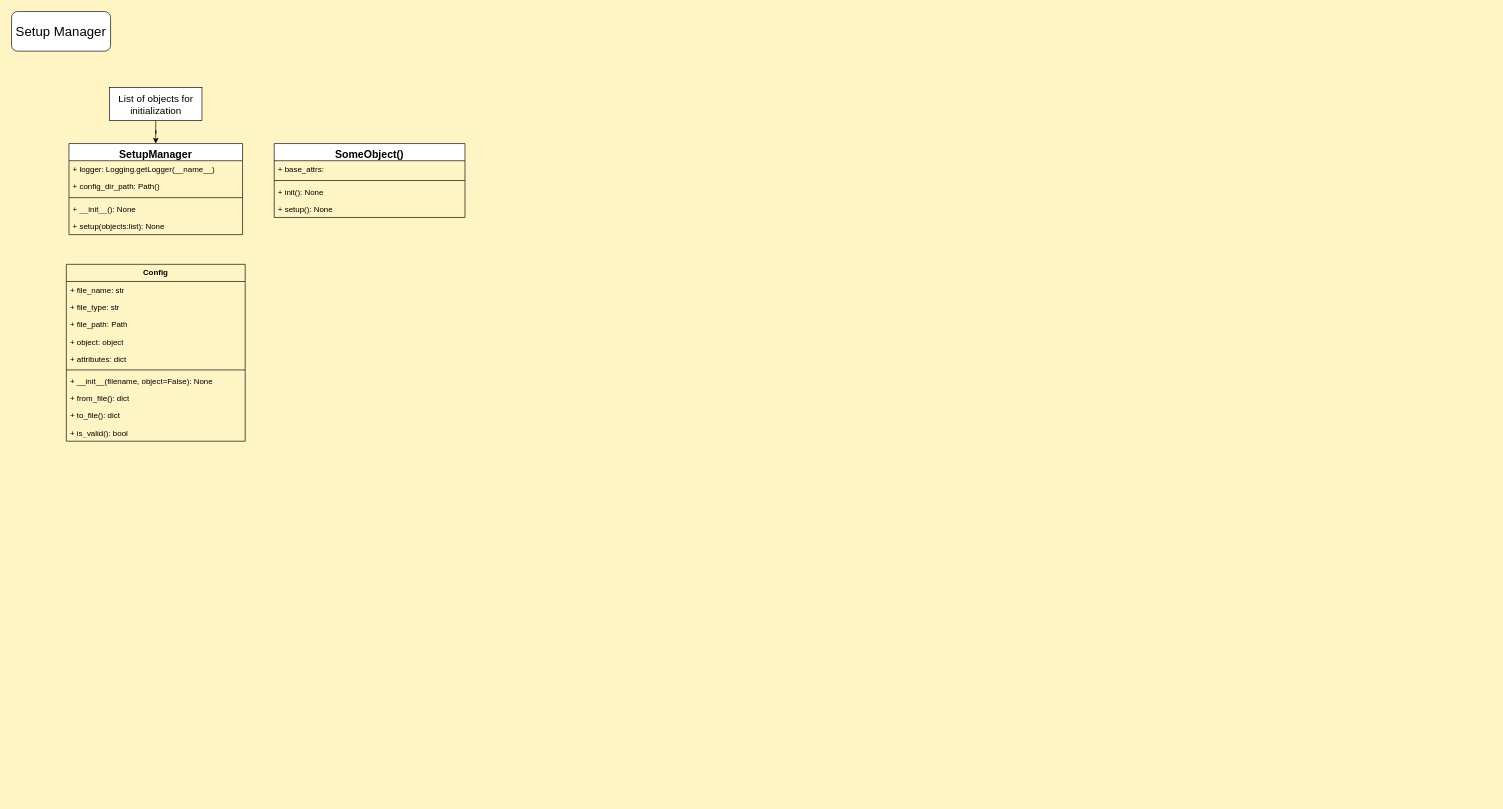
This is docs/diagrams/SetupManager/SetupManager.drawio from fatrybl/ModuSLAM, a draw.io file, before an edit. Source tidied: cells renumbered, new cells numbered last; positions are measured from the earlier drawing's top-left corner, leaving out a move shared by most shapes. Both pictures are drawn from the tidied source at 66%, with x=0, y=0 at pixel (11, 11).
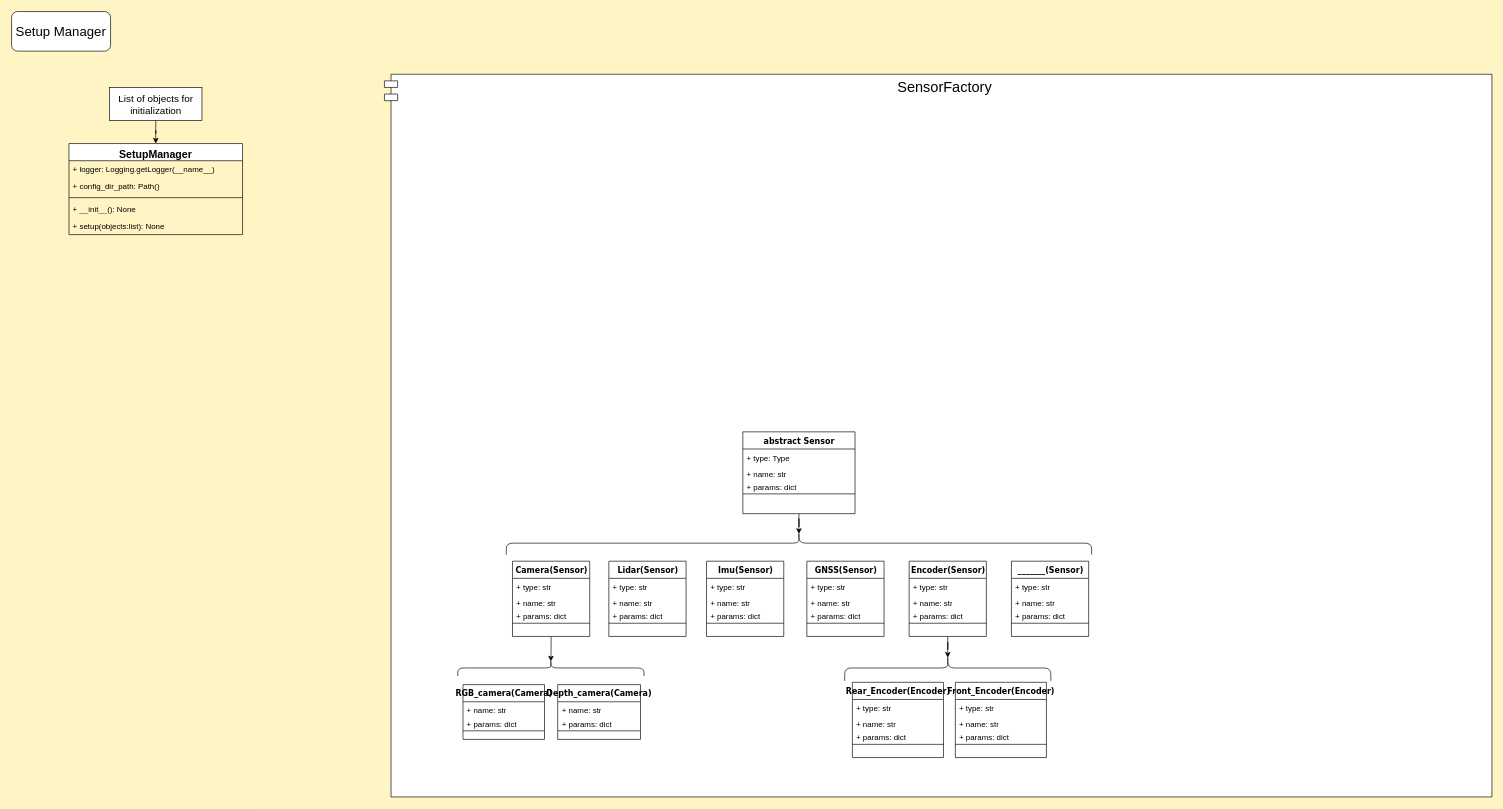
The same page after the edit.

What changed in the source:
```diff
@@
+    <mxCell id="27" value="&lt;font style=&quot;font-size: 22px;&quot;&gt;SensorFactory&lt;/font&gt;" style="shape=module;align=left;spacingLeft=20;align=center;verticalAlign=top;whiteSpace=wrap;html=1;" parent="1" vertex="1">
+      <mxGeometry x="565" y="95" width="1678" height="1095" as="geometry" />
+    </mxCell>
@@
-    <mxCell id="3" value="&lt;b&gt;Config&lt;/b&gt;" style="swimlane;fontStyle=0;horizontal=1;startSize=26;fillColor=none;whiteSpace=wrap;html=1;" parent="1" vertex="1">
-      <mxGeometry x="83" y="383" width="271" height="268" as="geometry" />
-    </mxCell>
-    <mxCell id="4" value="+ file_name: str" style="text;strokeColor=none;fillColor=none;align=left;verticalAlign=top;spacingLeft=4;spacingRight=4;overflow=hidden;whiteSpace=wrap;html=1;" parent="3" vertex="1">
-      <mxGeometry y="26" width="271" height="26" as="geometry" />
-    </mxCell>
-    <mxCell id="5" value="+ file_type: str" style="text;strokeColor=none;fillColor=none;align=left;verticalAlign=top;spacingLeft=4;spacingRight=4;overflow=hidden;whiteSpace=wrap;html=1;" parent="3" vertex="1">
-      <mxGeometry y="52" width="271" height="26" as="geometry" />
-    </mxCell>
-    <mxCell id="6" value="+ file_path: Path" style="text;strokeColor=none;fillColor=none;align=left;verticalAlign=top;spacingLeft=4;spacingRight=4;overflow=hidden;whiteSpace=wrap;html=1;" parent="3" vertex="1">
-      <mxGeometry y="78" width="271" height="26" as="geometry" />
-    </mxCell>
-    <mxCell id="7" value="+ object: object" style="text;strokeColor=none;fillColor=none;align=left;verticalAlign=top;spacingLeft=4;spacingRight=4;overflow=hidden;whiteSpace=wrap;html=1;" parent="3" vertex="1">
-      <mxGeometry y="104" width="271" height="26" as="geometry" />
-    </mxCell>
-    <mxCell id="8" value="+ attributes: dict" style="text;strokeColor=none;fillColor=none;align=left;verticalAlign=top;spacingLeft=4;spacingRight=4;overflow=hidden;whiteSpace=wrap;html=1;" parent="3" vertex="1">
-      <mxGeometry y="130" width="271" height="26" as="geometry" />
-    </mxCell>
-    <mxCell id="9" style="line;strokeWidth=1;fillColor=none;align=left;verticalAlign=middle;spacingTop=-1;spacingLeft=3;spacingRight=3;labelPosition=right;strokeColor=inherit;" parent="3" vertex="1">
-      <mxGeometry y="156" width="271" height="8" as="geometry" />
-    </mxCell>
-    <mxCell id="10" value="+ __init__(filename, object=False): None" style="text;strokeColor=none;fillColor=none;align=left;verticalAlign=top;spacingLeft=4;spacingRight=4;overflow=hidden;whiteSpace=wrap;html=1;" parent="3" vertex="1">
-      <mxGeometry y="164" width="271" height="26" as="geometry" />
-    </mxCell>
-    <mxCell id="11" value="+ from_file(): dict" style="text;strokeColor=none;fillColor=none;align=left;verticalAlign=top;spacingLeft=4;spacingRight=4;overflow=hidden;whiteSpace=wrap;html=1;" parent="3" vertex="1">
-      <mxGeometry y="190" width="271" height="26" as="geometry" />
-    </mxCell>
-    <mxCell id="12" value="+ to_file(): dict" style="text;strokeColor=none;fillColor=none;align=left;verticalAlign=top;spacingLeft=4;spacingRight=4;overflow=hidden;whiteSpace=wrap;html=1;" parent="3" vertex="1">
-      <mxGeometry y="216" width="271" height="26" as="geometry" />
-    </mxCell>
-    <mxCell id="13" value="+ is_valid(): bool" style="text;strokeColor=none;fillColor=none;align=left;verticalAlign=top;spacingLeft=4;spacingRight=4;overflow=hidden;whiteSpace=wrap;html=1;" parent="3" vertex="1">
-      <mxGeometry y="242" width="271" height="26" as="geometry" />
-    </mxCell>
@@
-    <mxCell id="22" value="&lt;font style=&quot;font-size: 16px;&quot;&gt;SomeObject()&lt;/font&gt;" style="swimlane;fontStyle=1;align=center;verticalAlign=top;horizontal=1;startSize=26;whiteSpace=wrap;html=1;" parent="1" vertex="1">
-      <mxGeometry x="398" y="200" width="289" height="112" as="geometry" />
-    </mxCell>
-    <mxCell id="23" value="+ base_attrs:&lt;br&gt;" style="text;strokeColor=none;fillColor=none;align=left;verticalAlign=top;spacingLeft=4;spacingRight=4;overflow=hidden;whiteSpace=wrap;html=1;" parent="22" vertex="1">
-      <mxGeometry y="26" width="289" height="26" as="geometry" />
-    </mxCell>
-    <mxCell id="24" style="line;strokeWidth=1;fillColor=none;align=left;verticalAlign=middle;spacingTop=-1;spacingLeft=3;spacingRight=3;labelPosition=right;strokeColor=inherit;" parent="22" vertex="1">
-      <mxGeometry y="52" width="289" height="8" as="geometry" />
-    </mxCell>
-    <mxCell id="25" value="+ init(): None" style="text;strokeColor=none;fillColor=none;align=left;verticalAlign=top;spacingLeft=4;spacingRight=4;overflow=hidden;whiteSpace=wrap;html=1;" parent="22" vertex="1">
-      <mxGeometry y="60" width="289" height="26" as="geometry" />
-    </mxCell>
-    <mxCell id="26" value="+ setup(): None" style="text;strokeColor=none;fillColor=none;align=left;verticalAlign=top;spacingLeft=4;spacingRight=4;overflow=hidden;whiteSpace=wrap;html=1;" parent="22" vertex="1">
-      <mxGeometry y="86" width="289" height="26" as="geometry" />
-    </mxCell>
+    <mxCell id="28" style="edgeStyle=orthogonalEdgeStyle;rounded=0;jettySize=auto;html=1;entryX=0.1;entryY=0.5;entryDx=0;entryDy=0;entryPerimeter=0;" parent="1" edge="1" source="29" target="61">
+      <mxGeometry relative="1" as="geometry" />
+    </mxCell>
+    <mxCell id="29" value="abstract Sensor" style="swimlane;html=1;fontStyle=1;align=center;verticalAlign=top;horizontal=1;startSize=26;swimlaneFillColor=#ffffff;rounded=0;shadow=0;comic=0;labelBackgroundColor=none;strokeWidth=1;fillColor=none;fontFamily=Verdana;fontSize=12;" parent="1" vertex="1">
+      <mxGeometry x="1108" y="636.8" width="170" height="124" as="geometry" />
+    </mxCell>
+    <mxCell id="30" value="+ type: Type" style="text;html=1;strokeColor=none;fillColor=none;align=left;verticalAlign=top;spacingLeft=4;spacingRight=4;whiteSpace=wrap;overflow=hidden;" parent="29" vertex="1">
+      <mxGeometry y="26" width="170" height="24" as="geometry" />
+    </mxCell>
+    <mxCell id="31" value="+ name: str" style="text;html=1;strokeColor=none;fillColor=none;align=left;verticalAlign=top;spacingLeft=4;spacingRight=4;whiteSpace=wrap;overflow=hidden;" parent="29" vertex="1">
+      <mxGeometry y="50" width="170" height="20" as="geometry" />
+    </mxCell>
+    <mxCell id="32" value="+ params: dict" style="text;html=1;strokeColor=none;fillColor=none;align=left;verticalAlign=top;spacingLeft=4;spacingRight=4;whiteSpace=wrap;overflow=hidden;" parent="29" vertex="1">
+      <mxGeometry y="70" width="170" height="20" as="geometry" />
+    </mxCell>
+    <mxCell id="33" style="line;html=1;strokeWidth=1;fillColor=none;align=left;verticalAlign=middle;spacingTop=-1;spacingLeft=3;spacingRight=3;labelPosition=right;" parent="29" vertex="1">
+      <mxGeometry y="90" width="170" height="8" as="geometry" />
+    </mxCell>
+    <mxCell id="34" style="edgeStyle=orthogonalEdgeStyle;rounded=0;jettySize=auto;html=1;entryX=0.1;entryY=0.5;entryDx=0;entryDy=0;entryPerimeter=0;" parent="1" edge="1" source="35" target="75">
+      <mxGeometry relative="1" as="geometry" />
+    </mxCell>
+    <mxCell id="35" value="Camera(Sensor)" style="swimlane;html=1;fontStyle=1;align=center;verticalAlign=top;horizontal=1;startSize=26;swimlaneFillColor=#ffffff;rounded=0;shadow=0;comic=0;labelBackgroundColor=none;strokeWidth=1;fillColor=none;fontFamily=Verdana;fontSize=12;" parent="1" vertex="1">
+      <mxGeometry x="759" y="832.8" width="117" height="114" as="geometry" />
+    </mxCell>
+    <mxCell id="36" value="+ type: str" style="text;html=1;strokeColor=none;fillColor=none;align=left;verticalAlign=top;spacingLeft=4;spacingRight=4;whiteSpace=wrap;overflow=hidden;" parent="35" vertex="1">
+      <mxGeometry y="26" width="117" height="24" as="geometry" />
+    </mxCell>
+    <mxCell id="37" value="+ name: str" style="text;html=1;strokeColor=none;fillColor=none;align=left;verticalAlign=top;spacingLeft=4;spacingRight=4;whiteSpace=wrap;overflow=hidden;" parent="35" vertex="1">
+      <mxGeometry y="50" width="117" height="20" as="geometry" />
+    </mxCell>
+    <mxCell id="38" value="+ params: dict" style="text;html=1;strokeColor=none;fillColor=none;align=left;verticalAlign=top;spacingLeft=4;spacingRight=4;whiteSpace=wrap;overflow=hidden;" parent="35" vertex="1">
+      <mxGeometry y="70" width="117" height="20" as="geometry" />
+    </mxCell>
+    <mxCell id="39" style="line;html=1;strokeWidth=1;fillColor=none;align=left;verticalAlign=middle;spacingTop=-1;spacingLeft=3;spacingRight=3;labelPosition=right;" parent="35" vertex="1">
+      <mxGeometry y="90" width="117" height="8" as="geometry" />
+    </mxCell>
+    <mxCell id="40" value="Lidar(Sensor)" style="swimlane;html=1;fontStyle=1;align=center;verticalAlign=top;horizontal=1;startSize=26;swimlaneFillColor=#ffffff;rounded=0;shadow=0;comic=0;labelBackgroundColor=none;strokeWidth=1;fillColor=none;fontFamily=Verdana;fontSize=12;" parent="1" vertex="1">
+      <mxGeometry x="905" y="832.8" width="117" height="114" as="geometry" />
+    </mxCell>
+    <mxCell id="41" value="+ type: str" style="text;html=1;strokeColor=none;fillColor=none;align=left;verticalAlign=top;spacingLeft=4;spacingRight=4;whiteSpace=wrap;overflow=hidden;" parent="40" vertex="1">
+      <mxGeometry y="26" width="117" height="24" as="geometry" />
+    </mxCell>
+    <mxCell id="42" value="+ name: str" style="text;html=1;strokeColor=none;fillColor=none;align=left;verticalAlign=top;spacingLeft=4;spacingRight=4;whiteSpace=wrap;overflow=hidden;" parent="40" vertex="1">
+      <mxGeometry y="50" width="117" height="20" as="geometry" />
+    </mxCell>
+    <mxCell id="43" value="+ params: dict" style="text;html=1;strokeColor=none;fillColor=none;align=left;verticalAlign=top;spacingLeft=4;spacingRight=4;whiteSpace=wrap;overflow=hidden;" parent="40" vertex="1">
+      <mxGeometry y="70" width="117" height="20" as="geometry" />
+    </mxCell>
+    <mxCell id="44" style="line;html=1;strokeWidth=1;fillColor=none;align=left;verticalAlign=middle;spacingTop=-1;spacingLeft=3;spacingRight=3;labelPosition=right;" parent="40" vertex="1">
+      <mxGeometry y="90" width="117" height="8" as="geometry" />
+    </mxCell>
+    <mxCell id="45" value="Imu(Sensor)" style="swimlane;html=1;fontStyle=1;align=center;verticalAlign=top;horizontal=1;startSize=26;swimlaneFillColor=#ffffff;rounded=0;shadow=0;comic=0;labelBackgroundColor=none;strokeWidth=1;fillColor=none;fontFamily=Verdana;fontSize=12;" parent="1" vertex="1">
+      <mxGeometry x="1053" y="832.8" width="117" height="114" as="geometry" />
+    </mxCell>
+    <mxCell id="46" value="+ type: str" style="text;html=1;strokeColor=none;fillColor=none;align=left;verticalAlign=top;spacingLeft=4;spacingRight=4;whiteSpace=wrap;overflow=hidden;" parent="45" vertex="1">
+      <mxGeometry y="26" width="117" height="24" as="geometry" />
+    </mxCell>
+    <mxCell id="47" value="+ name: str" style="text;html=1;strokeColor=none;fillColor=none;align=left;verticalAlign=top;spacingLeft=4;spacingRight=4;whiteSpace=wrap;overflow=hidden;" parent="45" vertex="1">
+      <mxGeometry y="50" width="117" height="20" as="geometry" />
+    </mxCell>
+    <mxCell id="48" value="+ params: dict" style="text;html=1;strokeColor=none;fillColor=none;align=left;verticalAlign=top;spacingLeft=4;spacingRight=4;whiteSpace=wrap;overflow=hidden;" parent="45" vertex="1">
+      <mxGeometry y="70" width="117" height="20" as="geometry" />
+    </mxCell>
+    <mxCell id="49" style="line;html=1;strokeWidth=1;fillColor=none;align=left;verticalAlign=middle;spacingTop=-1;spacingLeft=3;spacingRight=3;labelPosition=right;" parent="45" vertex="1">
+      <mxGeometry y="90" width="117" height="8" as="geometry" />
+    </mxCell>
+    <mxCell id="50" value="GNSS(Sensor)" style="swimlane;html=1;fontStyle=1;align=center;verticalAlign=top;horizontal=1;startSize=26;swimlaneFillColor=#ffffff;rounded=0;shadow=0;comic=0;labelBackgroundColor=none;strokeWidth=1;fillColor=none;fontFamily=Verdana;fontSize=12;" parent="1" vertex="1">
+      <mxGeometry x="1205" y="832.8" width="117" height="114" as="geometry" />
+    </mxCell>
+    <mxCell id="51" value="+ type: str" style="text;html=1;strokeColor=none;fillColor=none;align=left;verticalAlign=top;spacingLeft=4;spacingRight=4;whiteSpace=wrap;overflow=hidden;" parent="50" vertex="1">
+      <mxGeometry y="26" width="117" height="24" as="geometry" />
+    </mxCell>
+    <mxCell id="52" value="+ name: str" style="text;html=1;strokeColor=none;fillColor=none;align=left;verticalAlign=top;spacingLeft=4;spacingRight=4;whiteSpace=wrap;overflow=hidden;" parent="50" vertex="1">
+      <mxGeometry y="50" width="117" height="20" as="geometry" />
+    </mxCell>
+    <mxCell id="53" value="+ params: dict" style="text;html=1;strokeColor=none;fillColor=none;align=left;verticalAlign=top;spacingLeft=4;spacingRight=4;whiteSpace=wrap;overflow=hidden;" parent="50" vertex="1">
+      <mxGeometry y="70" width="117" height="20" as="geometry" />
+    </mxCell>
+    <mxCell id="54" style="line;html=1;strokeWidth=1;fillColor=none;align=left;verticalAlign=middle;spacingTop=-1;spacingLeft=3;spacingRight=3;labelPosition=right;" parent="50" vertex="1">
+      <mxGeometry y="90" width="117" height="8" as="geometry" />
+    </mxCell>
+    <mxCell id="55" style="edgeStyle=orthogonalEdgeStyle;rounded=0;jettySize=auto;html=1;entryX=0.1;entryY=0.5;entryDx=0;entryDy=0;entryPerimeter=0;" parent="1" edge="1" source="56" target="86">
+      <mxGeometry relative="1" as="geometry" />
+    </mxCell>
+    <mxCell id="56" value="Encoder(Sensor)" style="swimlane;html=1;fontStyle=1;align=center;verticalAlign=top;horizontal=1;startSize=26;swimlaneFillColor=#ffffff;rounded=0;shadow=0;comic=0;labelBackgroundColor=none;strokeWidth=1;fillColor=none;fontFamily=Verdana;fontSize=12;" parent="1" vertex="1">
+      <mxGeometry x="1360" y="832.8" width="117" height="114" as="geometry" />
+    </mxCell>
+    <mxCell id="57" value="+ type: str" style="text;html=1;strokeColor=none;fillColor=none;align=left;verticalAlign=top;spacingLeft=4;spacingRight=4;whiteSpace=wrap;overflow=hidden;" parent="56" vertex="1">
+      <mxGeometry y="26" width="117" height="24" as="geometry" />
+    </mxCell>
+    <mxCell id="58" value="+ name: str" style="text;html=1;strokeColor=none;fillColor=none;align=left;verticalAlign=top;spacingLeft=4;spacingRight=4;whiteSpace=wrap;overflow=hidden;" parent="56" vertex="1">
+      <mxGeometry y="50" width="117" height="20" as="geometry" />
+    </mxCell>
+    <mxCell id="59" value="+ params: dict" style="text;html=1;strokeColor=none;fillColor=none;align=left;verticalAlign=top;spacingLeft=4;spacingRight=4;whiteSpace=wrap;overflow=hidden;" parent="56" vertex="1">
+      <mxGeometry y="70" width="117" height="20" as="geometry" />
+    </mxCell>
+    <mxCell id="60" style="line;html=1;strokeWidth=1;fillColor=none;align=left;verticalAlign=middle;spacingTop=-1;spacingLeft=3;spacingRight=3;labelPosition=right;" parent="56" vertex="1">
+      <mxGeometry y="90" width="117" height="8" as="geometry" />
+    </mxCell>
+    <mxCell id="61" style="shape=curlyBracket;whiteSpace=wrap;html=1;rounded=1;labelPosition=left;verticalLabelPosition=middle;align=right;verticalAlign=middle;rotation=90;" parent="1" vertex="1">
+      <mxGeometry x="1175.6" y="362" width="34.8" height="886.9" as="geometry" />
+    </mxCell>
+    <mxCell id="62" value="_______(Sensor)" style="swimlane;html=1;fontStyle=1;align=center;verticalAlign=top;horizontal=1;startSize=26;swimlaneFillColor=#ffffff;rounded=0;shadow=0;comic=0;labelBackgroundColor=none;strokeWidth=1;fillColor=none;fontFamily=Verdana;fontSize=12;" parent="1" vertex="1">
+      <mxGeometry x="1515" y="832.8" width="117" height="114" as="geometry" />
+    </mxCell>
+    <mxCell id="63" value="+ type: str" style="text;html=1;strokeColor=none;fillColor=none;align=left;verticalAlign=top;spacingLeft=4;spacingRight=4;whiteSpace=wrap;overflow=hidden;" parent="62" vertex="1">
+      <mxGeometry y="26" width="117" height="24" as="geometry" />
+    </mxCell>
+    <mxCell id="64" value="+ name: str" style="text;html=1;strokeColor=none;fillColor=none;align=left;verticalAlign=top;spacingLeft=4;spacingRight=4;whiteSpace=wrap;overflow=hidden;" parent="62" vertex="1">
+      <mxGeometry y="50" width="117" height="20" as="geometry" />
+    </mxCell>
+    <mxCell id="65" value="+ params: dict" style="text;html=1;strokeColor=none;fillColor=none;align=left;verticalAlign=top;spacingLeft=4;spacingRight=4;whiteSpace=wrap;overflow=hidden;" parent="62" vertex="1">
+      <mxGeometry y="70" width="117" height="20" as="geometry" />
+    </mxCell>
+    <mxCell id="66" style="line;html=1;strokeWidth=1;fillColor=none;align=left;verticalAlign=middle;spacingTop=-1;spacingLeft=3;spacingRight=3;labelPosition=right;" parent="62" vertex="1">
+      <mxGeometry y="90" width="117" height="8" as="geometry" />
+    </mxCell>
+    <mxCell id="67" value="RGB_camera(Camera)" style="swimlane;html=1;fontStyle=1;align=center;verticalAlign=top;horizontal=1;startSize=26;swimlaneFillColor=#ffffff;rounded=0;shadow=0;comic=0;labelBackgroundColor=none;strokeWidth=1;fillColor=none;fontFamily=Verdana;fontSize=12;" parent="1" vertex="1">
+      <mxGeometry x="684" y="1019.8" width="123.5" height="83" as="geometry" />
+    </mxCell>
+    <mxCell id="68" value="+ name: str" style="text;html=1;strokeColor=none;fillColor=none;align=left;verticalAlign=top;spacingLeft=4;spacingRight=4;whiteSpace=wrap;overflow=hidden;" parent="67" vertex="1">
+      <mxGeometry y="26" width="123.5" height="20" as="geometry" />
+    </mxCell>
+    <mxCell id="69" value="+ params: dict" style="text;html=1;strokeColor=none;fillColor=none;align=left;verticalAlign=top;spacingLeft=4;spacingRight=4;whiteSpace=wrap;overflow=hidden;" parent="67" vertex="1">
+      <mxGeometry y="46" width="123.5" height="20" as="geometry" />
+    </mxCell>
+    <mxCell id="70" style="line;html=1;strokeWidth=1;fillColor=none;align=left;verticalAlign=middle;spacingTop=-1;spacingLeft=3;spacingRight=3;labelPosition=right;" parent="67" vertex="1">
+      <mxGeometry y="66" width="123.5" height="8" as="geometry" />
+    </mxCell>
+    <mxCell id="71" value="Depth_camera(Camera)" style="swimlane;html=1;fontStyle=1;align=center;verticalAlign=top;horizontal=1;startSize=26;swimlaneFillColor=#ffffff;rounded=0;shadow=0;comic=0;labelBackgroundColor=none;strokeWidth=1;fillColor=none;fontFamily=Verdana;fontSize=12;" parent="1" vertex="1">
+      <mxGeometry x="827.5" y="1019.8" width="125.5" height="83" as="geometry" />
+    </mxCell>
+    <mxCell id="72" value="+ name: str" style="text;html=1;strokeColor=none;fillColor=none;align=left;verticalAlign=top;spacingLeft=4;spacingRight=4;whiteSpace=wrap;overflow=hidden;" parent="71" vertex="1">
+      <mxGeometry y="26" width="125.5" height="20" as="geometry" />
+    </mxCell>
+    <mxCell id="73" value="+ params: dict" style="text;html=1;strokeColor=none;fillColor=none;align=left;verticalAlign=top;spacingLeft=4;spacingRight=4;whiteSpace=wrap;overflow=hidden;" parent="71" vertex="1">
+      <mxGeometry y="46" width="125.5" height="20" as="geometry" />
+    </mxCell>
+    <mxCell id="74" style="line;html=1;strokeWidth=1;fillColor=none;align=left;verticalAlign=middle;spacingTop=-1;spacingLeft=3;spacingRight=3;labelPosition=right;" parent="71" vertex="1">
+      <mxGeometry y="66" width="125.5" height="8" as="geometry" />
+    </mxCell>
+    <mxCell id="75" style="shape=curlyBracket;whiteSpace=wrap;html=1;rounded=1;labelPosition=left;verticalLabelPosition=middle;align=right;verticalAlign=middle;rotation=90;" parent="1" vertex="1">
+      <mxGeometry x="804.9" y="853.5" width="24.5" height="282.1" as="geometry" />
+    </mxCell>
+    <mxCell id="76" value="Rear_Encoder(Encoder)" style="swimlane;html=1;fontStyle=1;align=center;verticalAlign=top;horizontal=1;startSize=26;swimlaneFillColor=#ffffff;rounded=0;shadow=0;comic=0;labelBackgroundColor=none;strokeWidth=1;fillColor=none;fontFamily=Verdana;fontSize=12;" parent="1" vertex="1">
+      <mxGeometry x="1274" y="1016.3" width="138" height="114" as="geometry" />
+    </mxCell>
+    <mxCell id="77" value="+ type: str" style="text;html=1;strokeColor=none;fillColor=none;align=left;verticalAlign=top;spacingLeft=4;spacingRight=4;whiteSpace=wrap;overflow=hidden;" parent="76" vertex="1">
+      <mxGeometry y="26" width="138" height="24" as="geometry" />
+    </mxCell>
+    <mxCell id="78" value="+ name: str" style="text;html=1;strokeColor=none;fillColor=none;align=left;verticalAlign=top;spacingLeft=4;spacingRight=4;whiteSpace=wrap;overflow=hidden;" parent="76" vertex="1">
+      <mxGeometry y="50" width="138" height="20" as="geometry" />
+    </mxCell>
+    <mxCell id="79" value="+ params: dict" style="text;html=1;strokeColor=none;fillColor=none;align=left;verticalAlign=top;spacingLeft=4;spacingRight=4;whiteSpace=wrap;overflow=hidden;" parent="76" vertex="1">
+      <mxGeometry y="70" width="138" height="20" as="geometry" />
+    </mxCell>
+    <mxCell id="80" style="line;html=1;strokeWidth=1;fillColor=none;align=left;verticalAlign=middle;spacingTop=-1;spacingLeft=3;spacingRight=3;labelPosition=right;" parent="76" vertex="1">
+      <mxGeometry y="90" width="138" height="8" as="geometry" />
+    </mxCell>
+    <mxCell id="81" value="Front_Encoder(Encoder)" style="swimlane;html=1;fontStyle=1;align=center;verticalAlign=top;horizontal=1;startSize=26;swimlaneFillColor=#ffffff;rounded=0;shadow=0;comic=0;labelBackgroundColor=none;strokeWidth=1;fillColor=none;fontFamily=Verdana;fontSize=12;" parent="1" vertex="1">
+      <mxGeometry x="1430" y="1016.3" width="138" height="114" as="geometry" />
+    </mxCell>
+    <mxCell id="82" value="+ type: str" style="text;html=1;strokeColor=none;fillColor=none;align=left;verticalAlign=top;spacingLeft=4;spacingRight=4;whiteSpace=wrap;overflow=hidden;" parent="81" vertex="1">
+      <mxGeometry y="26" width="138" height="24" as="geometry" />
+    </mxCell>
+    <mxCell id="83" value="+ name: str" style="text;html=1;strokeColor=none;fillColor=none;align=left;verticalAlign=top;spacingLeft=4;spacingRight=4;whiteSpace=wrap;overflow=hidden;" parent="81" vertex="1">
+      <mxGeometry y="50" width="138" height="20" as="geometry" />
+    </mxCell>
+    <mxCell id="84" value="+ params: dict" style="text;html=1;strokeColor=none;fillColor=none;align=left;verticalAlign=top;spacingLeft=4;spacingRight=4;whiteSpace=wrap;overflow=hidden;" parent="81" vertex="1">
+      <mxGeometry y="70" width="138" height="20" as="geometry" />
+    </mxCell>
+    <mxCell id="85" style="line;html=1;strokeWidth=1;fillColor=none;align=left;verticalAlign=middle;spacingTop=-1;spacingLeft=3;spacingRight=3;labelPosition=right;" parent="81" vertex="1">
+      <mxGeometry y="90" width="138" height="8" as="geometry" />
+    </mxCell>
+    <mxCell id="86" style="shape=curlyBracket;whiteSpace=wrap;html=1;rounded=1;labelPosition=left;verticalLabelPosition=middle;align=right;verticalAlign=middle;rotation=90;" parent="1" vertex="1">
+      <mxGeometry x="1399" y="838.4" width="39" height="312.4" as="geometry" />
+    </mxCell>
```
